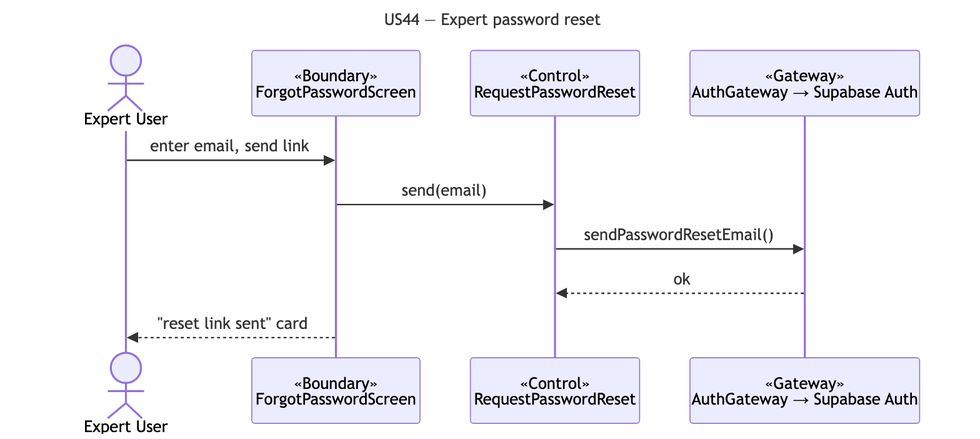
This is docs/deliverables/sequence-diagrams/US44-expert-reset.png from cyuanjun/FYP-26-S2-37-app, a Mermaid export, as it was before one commit. Its source is kept beside it as docs/deliverables/sequence-diagrams/src/US44-expert-reset.mmd. Source of this version:
```mermaid
---
title: "US44 — Expert password reset"
---
sequenceDiagram
  actor A as Expert User
  participant B as «Boundary»<br/>ForgotPasswordScreen
  participant C as «Control»<br/>RequestPasswordReset
  participant G as «Gateway»<br/>AuthGateway → Supabase Auth
  A->>B: enter email, send link
  B->>C: send(email)
  C->>G: sendPasswordResetEmail()
  G-->>C: ok
  B-->>A: "reset link sent" card
```
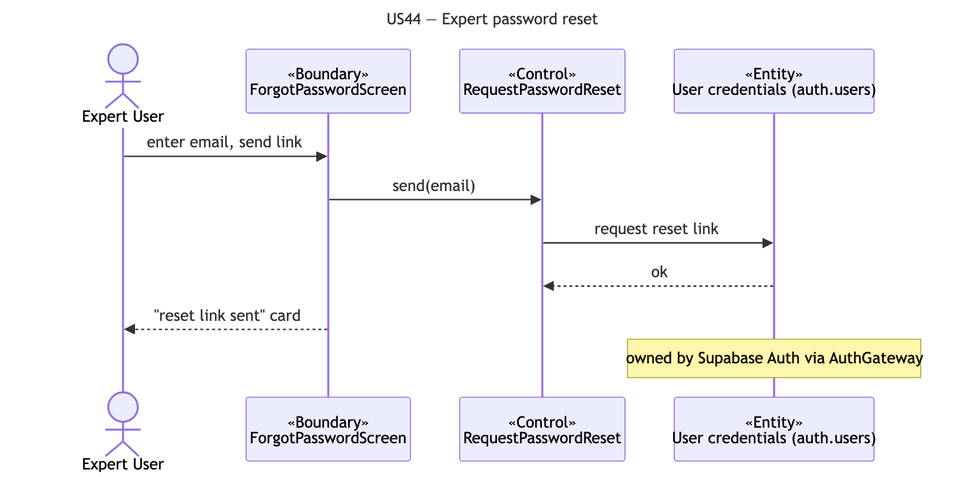
The same file after the commit.

Change to the diagram source:
```diff
@@ -5,9 +5,10 @@
   actor A as Expert User
   participant B as «Boundary»<br/>ForgotPasswordScreen
   participant C as «Control»<br/>RequestPasswordReset
-  participant G as «Gateway»<br/>AuthGateway → Supabase Auth
+  participant E as «Entity»<br/>User credentials (auth.users)
   A->>B: enter email, send link
   B->>C: send(email)
-  C->>G: sendPasswordResetEmail()
-  G-->>C: ok
+  C->>E: request reset link
+  E-->>C: ok
   B-->>A: "reset link sent" card
+  note over E: owned by Supabase Auth via AuthGateway
```
